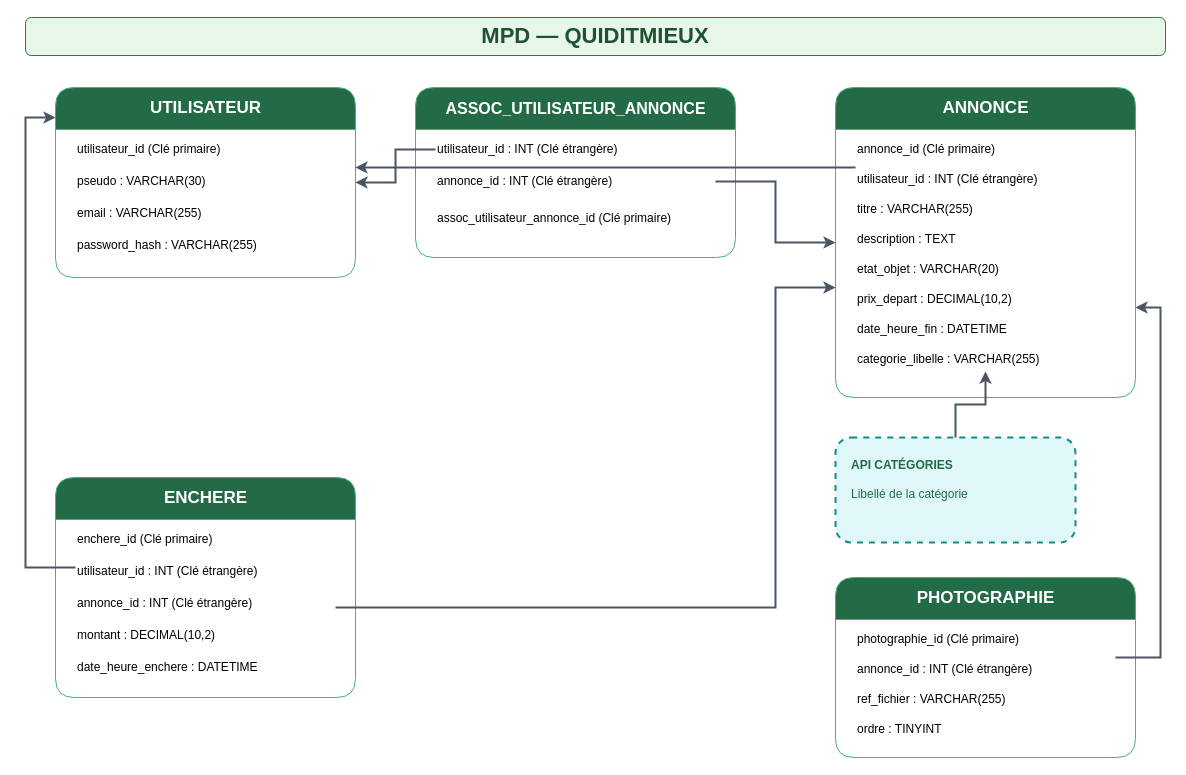
Earlier version of the draw.io diagram documents/conceptualisation/Modèles de données/MPD.drawio (anthonylepichon/quiditmieux). Source tidied: cells renumbered, new cells numbered last; positions are measured from the earlier drawing's top-left corner, leaving out a move shared by most shapes. Both pictures are drawn from the tidied source at 100%, with x=0, y=0 at pixel (25, 17).
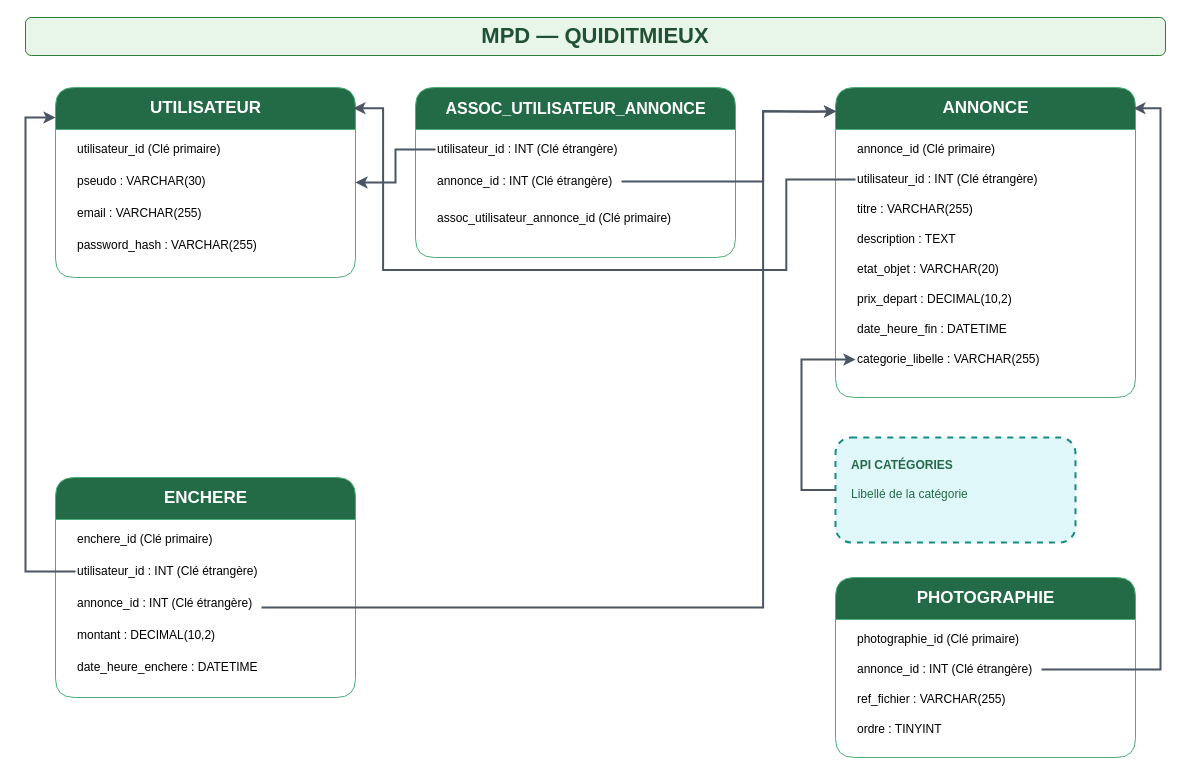
The same page after the edit.

Commit message (it also covers changes not shown here):
Création MPD

Unchanged cells that the change refers to:
```xml
<mxCell id="3" value="UTILISATEUR" style="swimlane;html=1;startSize=42;rounded=1;fillColor=#236b47;swimlaneFillColor=#ffffff;strokeColor=#4caf7a;fontColor=#ffffff;fontSize=17;fontStyle=1;align=center;verticalAlign=middle;" parent="1" vertex="1">
  <mxGeometry x="30" y="70" width="300" height="190" as="geometry" />
</mxCell>
<mxCell id="8" value="ASSOC_UTILISATEUR_ANNONCE" style="swimlane;html=1;startSize=42;rounded=1;fillColor=#236b47;swimlaneFillColor=#ffffff;strokeColor=#4caf7a;fontColor=#ffffff;fontSize=16;fontStyle=1;align=center;verticalAlign=middle;" parent="1" vertex="1">
  <mxGeometry x="390" y="70" width="320" height="170" as="geometry" />
</mxCell>
<mxCell id="12" value="ANNONCE" style="swimlane;html=1;startSize=42;rounded=1;fillColor=#236b47;swimlaneFillColor=#ffffff;strokeColor=#4caf7a;fontColor=#ffffff;fontSize=17;fontStyle=1;align=center;verticalAlign=middle;" parent="1" vertex="1">
  <mxGeometry x="810" y="70" width="300" height="310" as="geometry" />
</mxCell>
<mxCell id="14" value="utilisateur_id : INT (Clé étrangère)" style="text;html=1;strokeColor=none;fillColor=none;align=left;verticalAlign=middle;fontSize=12;" parent="12" vertex="1">
  <mxGeometry x="20" y="80" width="260" height="24" as="geometry" />
</mxCell>
<mxCell id="20" value="categorie_libelle : VARCHAR(255)" style="text;html=1;strokeColor=none;fillColor=none;align=left;verticalAlign=middle;fontSize=12;" parent="12" vertex="1">
  <mxGeometry x="20" y="260" width="260" height="24" as="geometry" />
</mxCell>
<mxCell id="21" value="ENCHERE" style="swimlane;html=1;startSize=42;rounded=1;fillColor=#236b47;swimlaneFillColor=#ffffff;strokeColor=#4caf7a;fontColor=#ffffff;fontSize=17;fontStyle=1;align=center;verticalAlign=middle;" parent="1" vertex="1">
  <mxGeometry x="30" y="460" width="300" height="220" as="geometry" />
</mxCell>
<mxCell id="23" value="utilisateur_id : INT (Clé étrangère)" style="text;html=1;strokeColor=none;fillColor=none;align=left;verticalAlign=middle;fontSize=12;" parent="21" vertex="1">
  <mxGeometry x="20" y="82" width="260" height="24" as="geometry" />
</mxCell>
<mxCell id="27" value="&lt;b&gt;API CATÉGORIES&lt;/b&gt;&lt;br&gt;&lt;br&gt;Libellé de la catégorie" style="rounded=1;whiteSpace=wrap;html=1;dashed=1;strokeWidth=2;fillColor=#e0f7fa;strokeColor=#168b82;fontColor=#236b47;fontSize=12;align=left;verticalAlign=top;spacingTop=14;spacingLeft=14;" parent="1" vertex="1">
  <mxGeometry x="810" y="420" width="240" height="105" as="geometry" />
</mxCell>
<mxCell id="28" value="PHOTOGRAPHIE" style="swimlane;html=1;startSize=42;rounded=1;fillColor=#236b47;swimlaneFillColor=#ffffff;strokeColor=#4caf7a;fontColor=#ffffff;fontSize=17;fontStyle=1;align=center;verticalAlign=middle;" parent="1" vertex="1">
  <mxGeometry x="810" y="560" width="300" height="180" as="geometry" />
</mxCell>
```

Change to the diagram source:
```diff
@@
     <mxCell id="10" value="annonce_id : INT (Clé étrangère)" style="text;html=1;strokeColor=none;fillColor=none;align=left;verticalAlign=middle;fontSize=12;" parent="8" vertex="1">
-      <mxGeometry x="20" y="82" width="280" height="24" as="geometry" />
+      <mxGeometry x="20" y="82" width="186" height="24" as="geometry" />
     </mxCell>
@@
     <mxCell id="24" value="annonce_id : INT (Clé étrangère)" style="text;html=1;strokeColor=none;fillColor=none;align=left;verticalAlign=middle;fontSize=12;" parent="21" vertex="1">
-      <mxGeometry x="20" y="114" width="260" height="24" as="geometry" />
+      <mxGeometry x="20" y="114" width="186" height="24" as="geometry" />
     </mxCell>
@@
     <mxCell id="30" value="annonce_id : INT (Clé étrangère)" style="text;html=1;strokeColor=none;fillColor=none;align=left;verticalAlign=middle;fontSize=12;" parent="28" vertex="1">
-      <mxGeometry x="20" y="80" width="260" height="24" as="geometry" />
+      <mxGeometry x="20" y="80" width="186" height="24" as="geometry" />
     </mxCell>
@@
-    <mxCell id="33" style="edgeStyle=orthogonalEdgeStyle;rounded=0;jettySize=auto;html=1;endArrow=classic;strokeColor=#4b5563;strokeWidth=2;" parent="1" edge="1" source="14" target="3">
+    <mxCell id="33" style="edgeStyle=orthogonalEdgeStyle;rounded=0;jettySize=auto;html=1;endArrow=classic;strokeColor=#4b5563;strokeWidth=2;exitX=0;exitY=0.5;exitDx=0;exitDy=0;entryX=0.993;entryY=0.109;entryDx=0;entryDy=0;entryPerimeter=0;" parent="1" edge="1" source="14" target="3">
       <mxGeometry relative="1" as="geometry">
         <Array as="points">
-          <mxPoint x="770" y="150" />
-          <mxPoint x="360" y="150" />
+          <mxPoint x="760.8" y="162" />
+          <mxPoint x="760.8" y="252.4" />
+          <mxPoint x="357.6" y="252.4" />
+          <mxPoint x="357.6" y="90.7" />
         </Array>
       </mxGeometry>
     </mxCell>
@@
-    <mxCell id="35" style="edgeStyle=orthogonalEdgeStyle;rounded=0;jettySize=auto;html=1;endArrow=classic;strokeColor=#4b5563;strokeWidth=2;" parent="1" edge="1" source="10" target="12">
-      <mxGeometry relative="1" as="geometry" />
+    <mxCell id="35" style="edgeStyle=orthogonalEdgeStyle;rounded=0;jettySize=auto;html=1;endArrow=classic;strokeColor=#4b5563;strokeWidth=2;" parent="1" edge="1" source="10">
+      <mxGeometry relative="1" as="geometry">
+        <mxPoint x="810.8" y="93.9" as="targetPoint" />
+        <Array as="points">
+          <mxPoint x="737.6" y="164" />
+          <mxPoint x="737.6" y="93.9" />
+        </Array>
+      </mxGeometry>
     </mxCell>
-    <mxCell id="36" style="edgeStyle=orthogonalEdgeStyle;rounded=0;jettySize=auto;html=1;endArrow=classic;strokeColor=#4b5563;strokeWidth=2;" parent="1" edge="1" source="23" target="3">
+    <mxCell id="36" style="edgeStyle=orthogonalEdgeStyle;rounded=0;jettySize=auto;html=1;endArrow=classic;strokeColor=#4b5563;strokeWidth=2;exitX=0;exitY=0.5;exitDx=0;exitDy=0;" parent="1" edge="1" source="23" target="3">
       <mxGeometry relative="1" as="geometry">
         <Array as="points">
-          <mxPoint y="550" />
+          <mxPoint y="554" />
           <mxPoint y="100" />
         </Array>
       </mxGeometry>
     </mxCell>
-    <mxCell id="37" style="edgeStyle=orthogonalEdgeStyle;rounded=0;jettySize=auto;html=1;endArrow=classic;strokeColor=#4b5563;strokeWidth=2;" parent="1" edge="1" source="24" target="12">
+    <mxCell id="37" style="edgeStyle=orthogonalEdgeStyle;rounded=0;jettySize=auto;html=1;endArrow=classic;strokeColor=#4b5563;strokeWidth=2;entryX=0.002;entryY=0.077;entryDx=0;entryDy=0;entryPerimeter=0;" parent="1" edge="1" source="24" target="12">
       <mxGeometry relative="1" as="geometry">
         <Array as="points">
-          <mxPoint x="750" y="590" />
-          <mxPoint x="750" y="270" />
+          <mxPoint x="737.6" y="590" />
+          <mxPoint x="737.6" y="93.6" />
+          <mxPoint x="738.3" y="93.6" />
+          <mxPoint x="776.3" y="94.2" />
+          <mxPoint x="785.6" y="94.2" />
         </Array>
       </mxGeometry>
     </mxCell>
-    <mxCell id="38" style="edgeStyle=orthogonalEdgeStyle;rounded=0;jettySize=auto;html=1;endArrow=classic;strokeColor=#4b5563;strokeWidth=2;" parent="1" edge="1" source="30" target="12">
+    <mxCell id="38" style="edgeStyle=orthogonalEdgeStyle;rounded=0;jettySize=auto;html=1;endArrow=classic;strokeColor=#4b5563;strokeWidth=2;entryX=0.993;entryY=0.067;entryDx=0;entryDy=0;entryPerimeter=0;exitX=1;exitY=0.5;exitDx=0;exitDy=0;" parent="1" edge="1" source="30" target="12">
       <mxGeometry relative="1" as="geometry">
         <Array as="points">
-          <mxPoint x="1135" y="640" />
-          <mxPoint x="1135" y="290" />
+          <mxPoint x="1135" y="652" />
+          <mxPoint x="1135" y="90.8" />
         </Array>
       </mxGeometry>
     </mxCell>
-    <mxCell id="39" style="edgeStyle=orthogonalEdgeStyle;rounded=0;jettySize=auto;html=1;endArrow=classic;strokeColor=#4b5563;strokeWidth=2;" parent="1" edge="1" source="27" target="20">
-      <mxGeometry relative="1" as="geometry" />
+    <mxCell id="39" style="edgeStyle=orthogonalEdgeStyle;rounded=0;jettySize=auto;html=1;endArrow=classic;strokeColor=#4b5563;strokeWidth=2;entryX=0;entryY=0.5;entryDx=0;entryDy=0;exitX=0;exitY=0.5;exitDx=0;exitDy=0;" parent="1" edge="1" source="27" target="20">
+      <mxGeometry relative="1" as="geometry">
+        <Array as="points">
+          <mxPoint x="776" y="472.5" />
+          <mxPoint x="776" y="342" />
+        </Array>
+      </mxGeometry>
     </mxCell>
```
